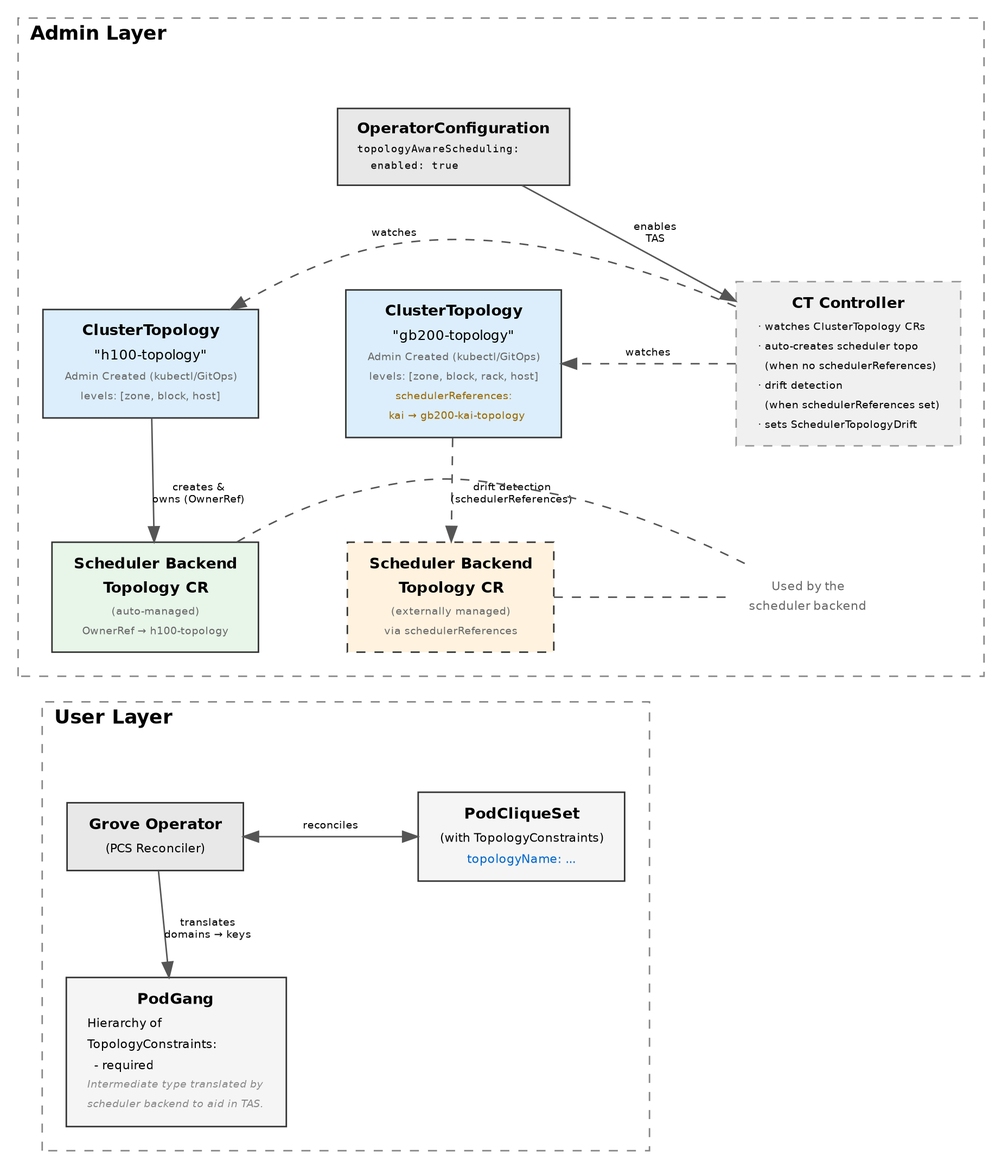
Earlier version of the Graphviz export docs/proposals/244-topology-aware-scheduling/assets/tas-highlevel-architecture.png (ai-dynamo/grove). Its source is kept beside it as docs/proposals/244-topology-aware-scheduling/assets/tas-highlevel-architecture.dot.
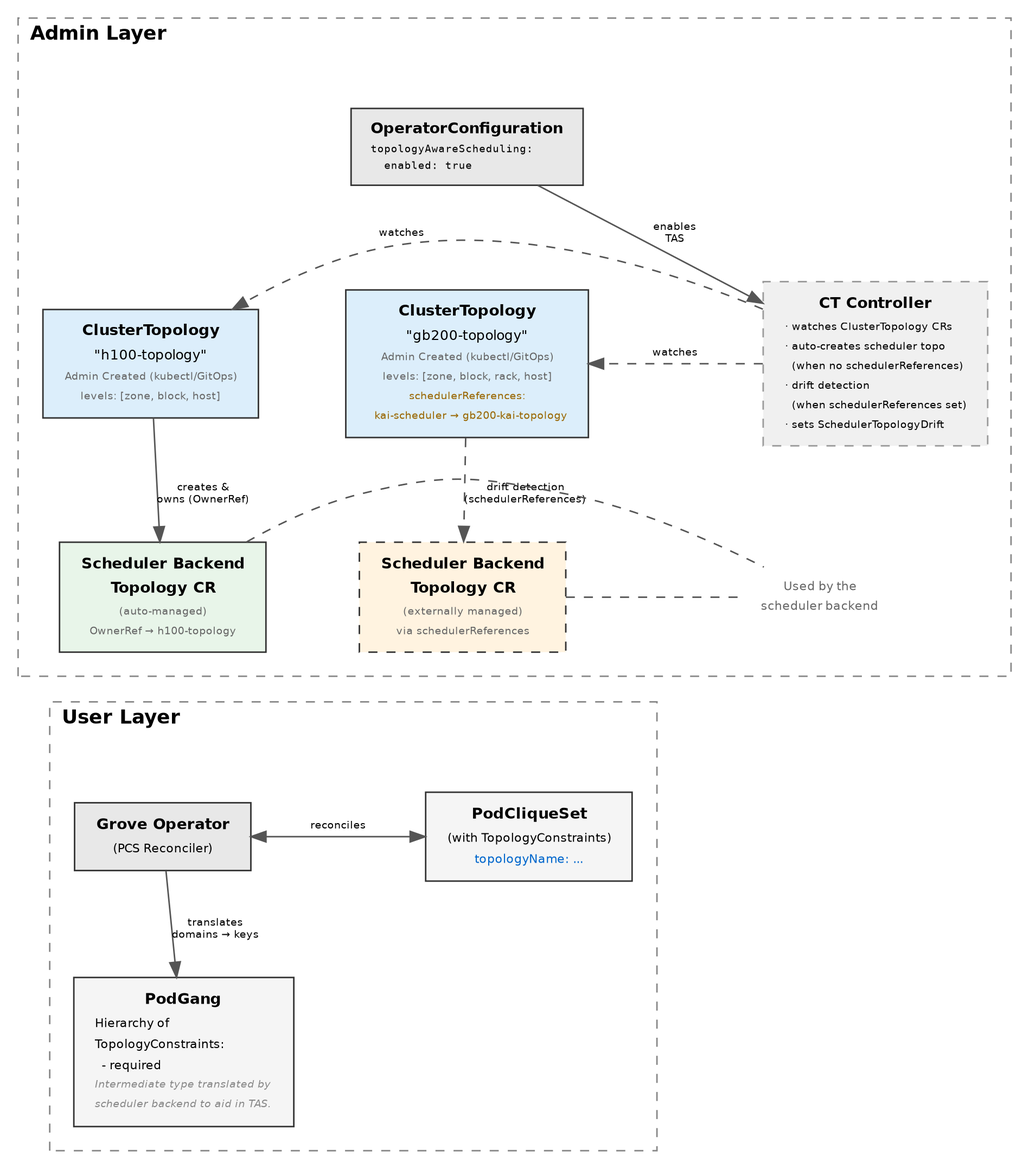
The same diagram one commit later.

The edit, as a diff of the source:
```diff
@@ -49,7 +49,7 @@
             <TR><TD><FONT POINT-SIZE="7" COLOR="#666666">Admin Created (kubectl/GitOps)</FONT></TD></TR>
             <TR><TD><FONT POINT-SIZE="7" COLOR="#666666">levels: [zone, block, rack, host]</FONT></TD></TR>
             <TR><TD><FONT POINT-SIZE="7" COLOR="#996600">schedulerReferences:</FONT></TD></TR>
-            <TR><TD><FONT POINT-SIZE="7" COLOR="#996600">  kai → gb200-kai-topology</FONT></TD></TR>
+            <TR><TD><FONT POINT-SIZE="7" COLOR="#996600">  kai-scheduler → gb200-kai-topology</FONT></TD></TR>
             </TABLE>>,
             fillcolor="#dceefb"
         ];
```
